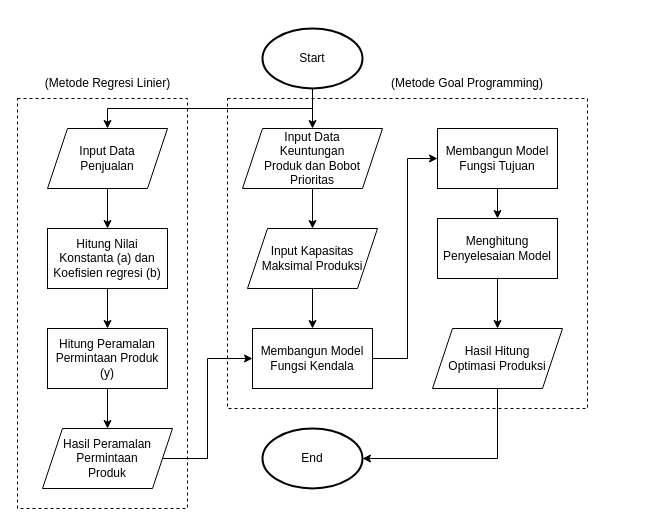
The draw.io diagram Algoritma Proses RTI.drawio in brogangin/brogangin-resolusi, before the edit. Source tidied: cells renumbered, new cells numbered last; positions are measured from the earlier drawing's top-left corner, leaving out a move shared by most shapes. Both pictures are drawn from the tidied source at 100%, with x=0, y=0 at pixel (17, 28).
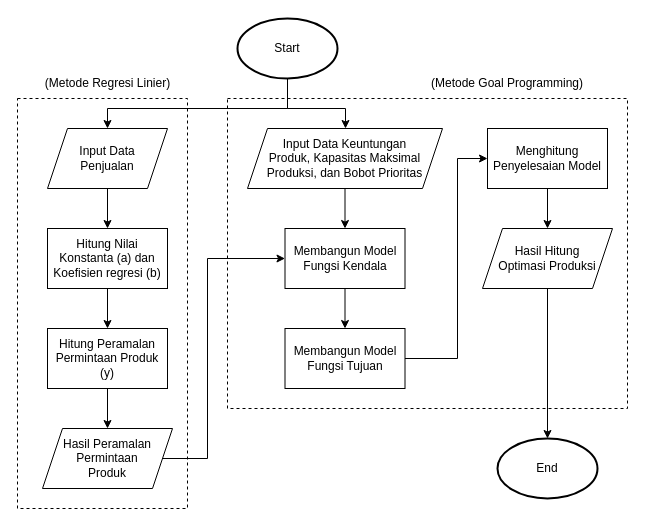
After the change.

Commit message:
Update Algoritma Proses RTI.drawio | Perbaikan kelebihan tanda input

The change refers to these unchanged cells:
```xml
<mxCell id="9" value="Input Data&lt;div&gt;Penjualan&lt;/div&gt;" style="shape=parallelogram;perimeter=parallelogramPerimeter;whiteSpace=wrap;html=1;fixedSize=1;" parent="1" vertex="1">
  <mxGeometry x="30" y="100" width="120" height="60" as="geometry" />
</mxCell>
<mxCell id="19" value="Hasil Peramalan Permintaan&lt;div&gt;Produk&lt;/div&gt;" style="shape=parallelogram;perimeter=parallelogramPerimeter;whiteSpace=wrap;html=1;fixedSize=1;" parent="1" vertex="1">
  <mxGeometry x="25" y="400" width="130" height="60" as="geometry" />
</mxCell>
```

The edit, as a diff of the source:
```diff
@@
     <mxCell id="3" style="rounded=0;whiteSpace=wrap;html=1;fillColor=none;dashed=1;" parent="1" vertex="1">
-      <mxGeometry x="210" y="70" width="360" height="310" as="geometry" />
+      <mxGeometry x="210" y="70" width="400" height="310" as="geometry" />
     </mxCell>
     <mxCell id="4" style="edgeStyle=orthogonalEdgeStyle;rounded=0;jettySize=auto;html=1;" parent="1" edge="1" source="26" target="11">
-      <mxGeometry relative="1" as="geometry" />
+      <mxGeometry relative="1" as="geometry">
+        <Array as="points">
+          <mxPoint x="270" y="80" />
+          <mxPoint x="328" y="80" />
+        </Array>
+      </mxGeometry>
     </mxCell>
     <mxCell id="5" style="edgeStyle=orthogonalEdgeStyle;rounded=0;jettySize=auto;html=1;" parent="1" edge="1" source="26" target="9">
       <mxGeometry relative="1" as="geometry">
         <Array as="points">
-          <mxPoint x="295" y="80" />
+          <mxPoint x="270" y="80" />
           <mxPoint x="90" y="80" />
         </Array>
       </mxGeometry>
     </mxCell>
@@
-    <mxCell id="10" style="edgeStyle=orthogonalEdgeStyle;rounded=0;jettySize=auto;html=1;" parent="1" edge="1" source="11" target="17">
-      <mxGeometry relative="1" as="geometry" />
+    <mxCell id="10" style="edgeStyle=orthogonalEdgeStyle;rounded=0;jettySize=auto;html=1;" parent="1" edge="1" source="11" target="15">
+      <mxGeometry relative="1" as="geometry">
+        <Array as="points">
+          <mxPoint x="290" y="130" />
+        </Array>
+      </mxGeometry>
     </mxCell>
-    <mxCell id="11" value="Input Data&lt;div&gt;Keuntungan&lt;/div&gt;&lt;div&gt;Produk dan Bobot Prioritas&lt;/div&gt;" style="shape=parallelogram;perimeter=parallelogramPerimeter;whiteSpace=wrap;html=1;fixedSize=1;" parent="1" vertex="1">
-      <mxGeometry x="225" y="100" width="140" height="60" as="geometry" />
+    <mxCell id="11" value="Input Data&amp;nbsp;&lt;span style=&quot;background-color: initial;&quot;&gt;Keuntungan&lt;/span&gt;&lt;div&gt;Produk,&amp;nbsp;&lt;span style=&quot;background-color: initial;&quot;&gt;Kapasitas Maksimal Produksi,&amp;nbsp;&lt;/span&gt;&lt;span style=&quot;background-color: initial;&quot;&gt;dan Bobot Prioritas&lt;/span&gt;&lt;/div&gt;" style="shape=parallelogram;perimeter=parallelogramPerimeter;whiteSpace=wrap;html=1;fixedSize=1;" parent="1" vertex="1">
+      <mxGeometry x="230" y="100" width="195" height="60" as="geometry" />
     </mxCell>
@@
     <mxCell id="14" style="edgeStyle=orthogonalEdgeStyle;rounded=0;jettySize=auto;html=1;" parent="1" edge="1" source="15" target="21">
-      <mxGeometry relative="1" as="geometry">
-        <Array as="points">
-          <mxPoint x="390" y="330" />
-          <mxPoint x="390" y="130" />
-        </Array>
-      </mxGeometry>
+      <mxGeometry relative="1" as="geometry" />
     </mxCell>
     <mxCell id="15" value="Membangun Model&lt;div&gt;Fungsi Kendala&lt;/div&gt;" style="rounded=0;whiteSpace=wrap;html=1;" parent="1" vertex="1">
-      <mxGeometry x="235" y="300" width="120" height="60" as="geometry" />
+      <mxGeometry x="267.5" y="200" width="120" height="60" as="geometry" />
     </mxCell>
-    <mxCell id="16" style="edgeStyle=orthogonalEdgeStyle;rounded=0;jettySize=auto;html=1;" parent="1" edge="1" source="17" target="15">
-      <mxGeometry relative="1" as="geometry" />
-    </mxCell>
-    <mxCell id="17" value="Input Kapasitas Maksimal Produksi" style="shape=parallelogram;perimeter=parallelogramPerimeter;whiteSpace=wrap;html=1;fixedSize=1;" parent="1" vertex="1">
-      <mxGeometry x="230" y="200" width="130" height="60" as="geometry" />
-    </mxCell>
     <mxCell id="18" style="edgeStyle=orthogonalEdgeStyle;rounded=0;jettySize=auto;html=1;" parent="1" edge="1" source="19" target="15">
       <mxGeometry relative="1" as="geometry">
         <Array as="points">
           <mxPoint x="190" y="430" />
-          <mxPoint x="190" y="330" />
+          <mxPoint x="190" y="230" />
         </Array>
       </mxGeometry>
     </mxCell>
@@
     <mxCell id="20" style="edgeStyle=orthogonalEdgeStyle;rounded=0;jettySize=auto;html=1;" parent="1" edge="1" source="21" target="23">
-      <mxGeometry relative="1" as="geometry" />
+      <mxGeometry relative="1" as="geometry">
+        <Array as="points">
+          <mxPoint x="440" y="330" />
+          <mxPoint x="440" y="130" />
+        </Array>
+      </mxGeometry>
     </mxCell>
     <mxCell id="21" value="Membangun Model&lt;div&gt;Fungsi Tujuan&lt;/div&gt;" style="rounded=0;whiteSpace=wrap;html=1;" parent="1" vertex="1">
-      <mxGeometry x="420" y="100" width="120" height="60" as="geometry" />
+      <mxGeometry x="267.5" y="300" width="120" height="60" as="geometry" />
     </mxCell>
@@
     <mxCell id="23" value="Menghitung Penyelesaian Model" style="rounded=0;whiteSpace=wrap;html=1;" parent="1" vertex="1">
-      <mxGeometry x="420" y="190" width="120" height="60" as="geometry" />
+      <mxGeometry x="470" y="100" width="120" height="60" as="geometry" />
     </mxCell>
     <mxCell id="24" style="edgeStyle=orthogonalEdgeStyle;rounded=0;jettySize=auto;html=1;" parent="1" edge="1" source="25" target="27">
       <mxGeometry relative="1" as="geometry">
         <Array as="points">
-          <mxPoint x="480" y="430" />
+          <mxPoint x="525" y="450" />
         </Array>
       </mxGeometry>
     </mxCell>
     <mxCell id="25" value="Hasil Hitung&lt;div&gt;Optimasi Produksi&lt;/div&gt;" style="shape=parallelogram;perimeter=parallelogramPerimeter;whiteSpace=wrap;html=1;fixedSize=1;" parent="1" vertex="1">
-      <mxGeometry x="415" y="300" width="130" height="60" as="geometry" />
+      <mxGeometry x="465" y="200" width="130" height="60" as="geometry" />
     </mxCell>
     <mxCell id="26" value="Start" style="strokeWidth=2;html=1;shape=mxgraph.flowchart.start_1;whiteSpace=wrap;" parent="1" vertex="1">
-      <mxGeometry x="245" width="100" height="60" as="geometry" />
+      <mxGeometry x="220" y="-10" width="100" height="60" as="geometry" />
     </mxCell>
     <mxCell id="27" value="End" style="strokeWidth=2;html=1;shape=mxgraph.flowchart.start_1;whiteSpace=wrap;" parent="1" vertex="1">
-      <mxGeometry x="245" y="400" width="100" height="60" as="geometry" />
+      <mxGeometry x="480" y="410" width="100" height="60" as="geometry" />
     </mxCell>
@@
     <mxCell id="29" value="(Metode Goal Programming)" style="text;html=1;align=center;verticalAlign=middle;whiteSpace=wrap;rounded=0;" parent="1" vertex="1">
-      <mxGeometry x="370" y="40" width="160" height="30" as="geometry" />
+      <mxGeometry x="410" y="40" width="160" height="30" as="geometry" />
     </mxCell>
```
